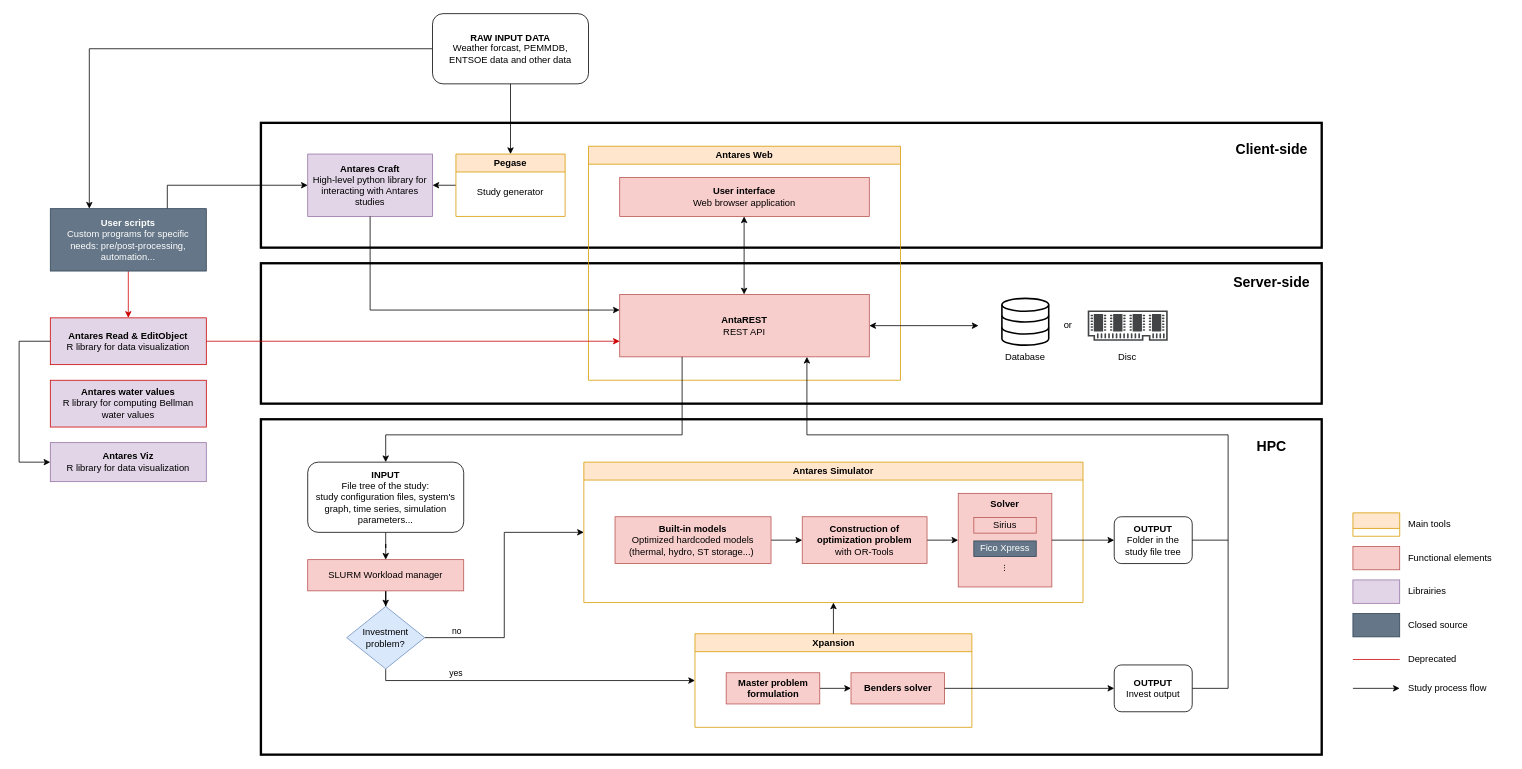
Before: docs/assets/diagrams/architecture/performance.drawio in AntaresSimulatorTeam/antares-doc, a draw.io diagram. Source tidied: cells renumbered, new cells numbered last; positions are measured from the earlier drawing's top-left corner, leaving out a move shared by most shapes. Both pictures are drawn from the tidied source at 78%, with x=0, y=0 at pixel (19, 13).
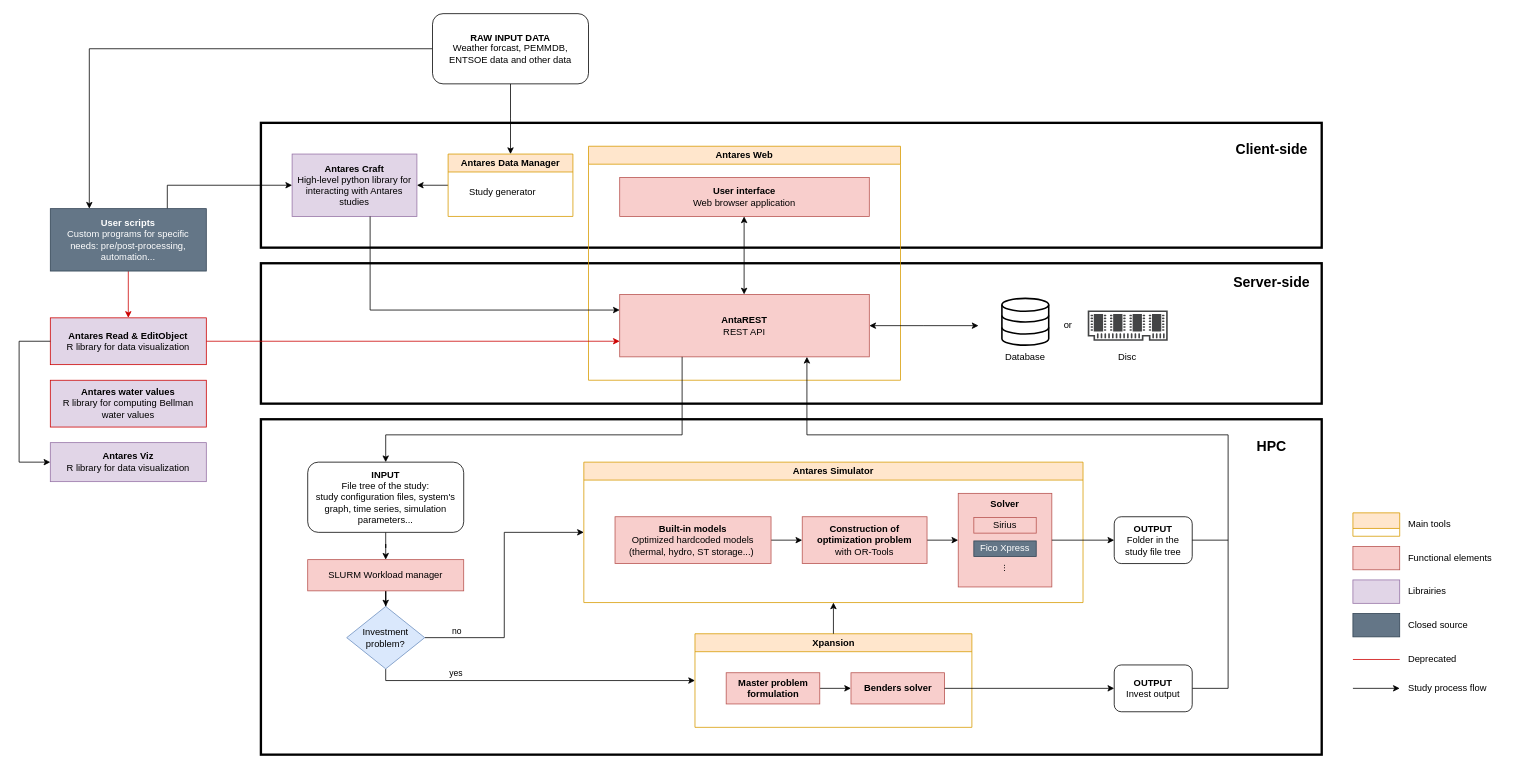
Above is the later version.

Change to the diagram source:
```diff
@@
     <mxCell id="49" value="&lt;b&gt;Antares Craft&lt;/b&gt;&lt;div&gt;High-level python library for interacting with Antares studies&lt;/div&gt;" style="rounded=0;whiteSpace=wrap;html=1;spacingLeft=5;spacingRight=5;fillColor=#e1d5e7;strokeColor=#9673a6;" parent="1" vertex="1">
-      <mxGeometry x="370" y="180" width="160" height="80" as="geometry" />
+      <mxGeometry x="350" y="180" width="160" height="80" as="geometry" />
     </mxCell>
-    <mxCell id="50" style="edgeStyle=orthogonalEdgeStyle;rounded=0;jettySize=auto;html=1;entryX=1;entryY=0.5;entryDx=0;entryDy=0;" parent="1" edge="1" target="49">
-      <mxGeometry relative="1" as="geometry">
-        <mxPoint x="560" y="220" as="sourcePoint" />
-      </mxGeometry>
-    </mxCell>
@@
+    <mxCell id="80" style="edgeStyle=none;html=1;" parent="1" edge="1" source="73">
+      <mxGeometry relative="1" as="geometry">
+        <mxPoint x="510" y="220" as="targetPoint" />
+      </mxGeometry>
+    </mxCell>
-    <mxCell id="73" value="Pegase" style="swimlane;whiteSpace=wrap;html=1;fillColor=#ffe6cc;strokeColor=#d79b00;" parent="1" vertex="1">
-      <mxGeometry x="560" y="180" width="140" height="80" as="geometry" />
+    <mxCell id="73" value="Antares Data Manager" style="swimlane;whiteSpace=wrap;html=1;fillColor=#ffe6cc;strokeColor=#d79b00;" parent="1" vertex="1">
+      <mxGeometry x="550" y="180" width="160" height="80" as="geometry" />
     </mxCell>
```
